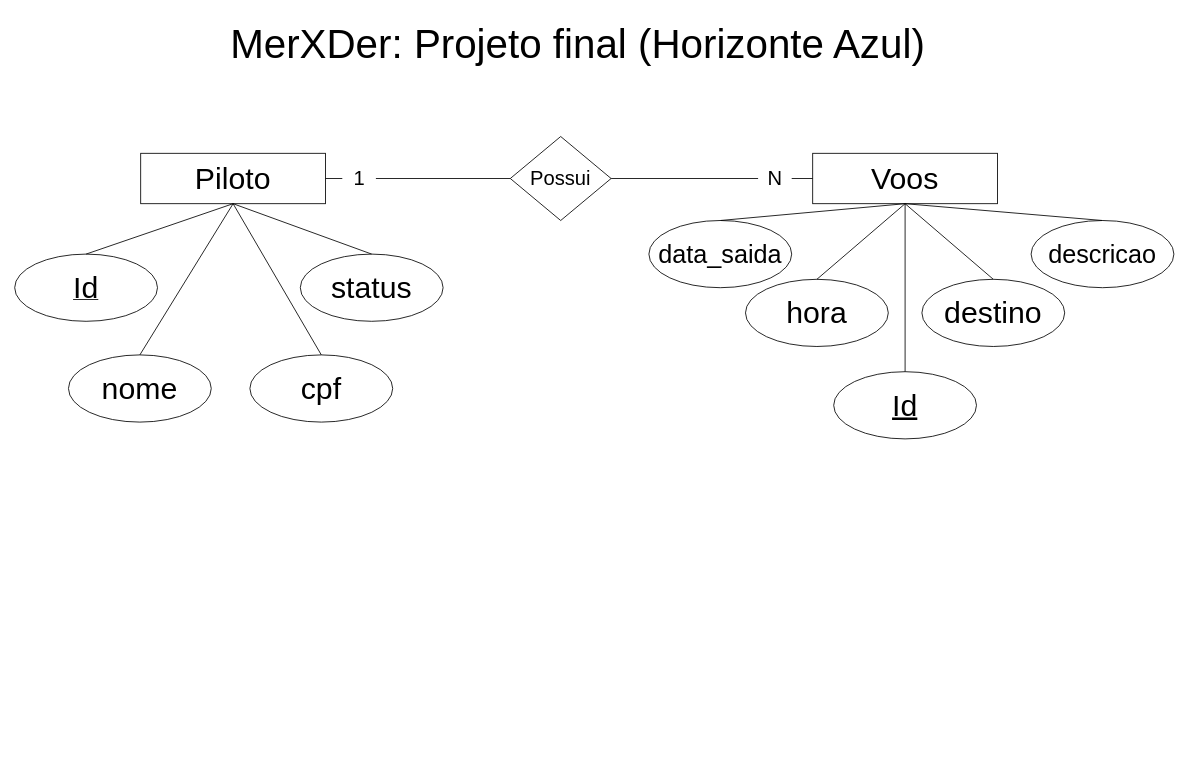
The draw.io diagram docs/merxder.drawio in TrenksSS/TCC-SENAI, before the edit. Source tidied: cells renumbered, new cells numbered last; positions are measured from the earlier drawing's top-left corner, leaving out a move shared by most shapes. Both pictures are drawn from the tidied source at 84%, with x=0, y=0 at pixel (14, 14).
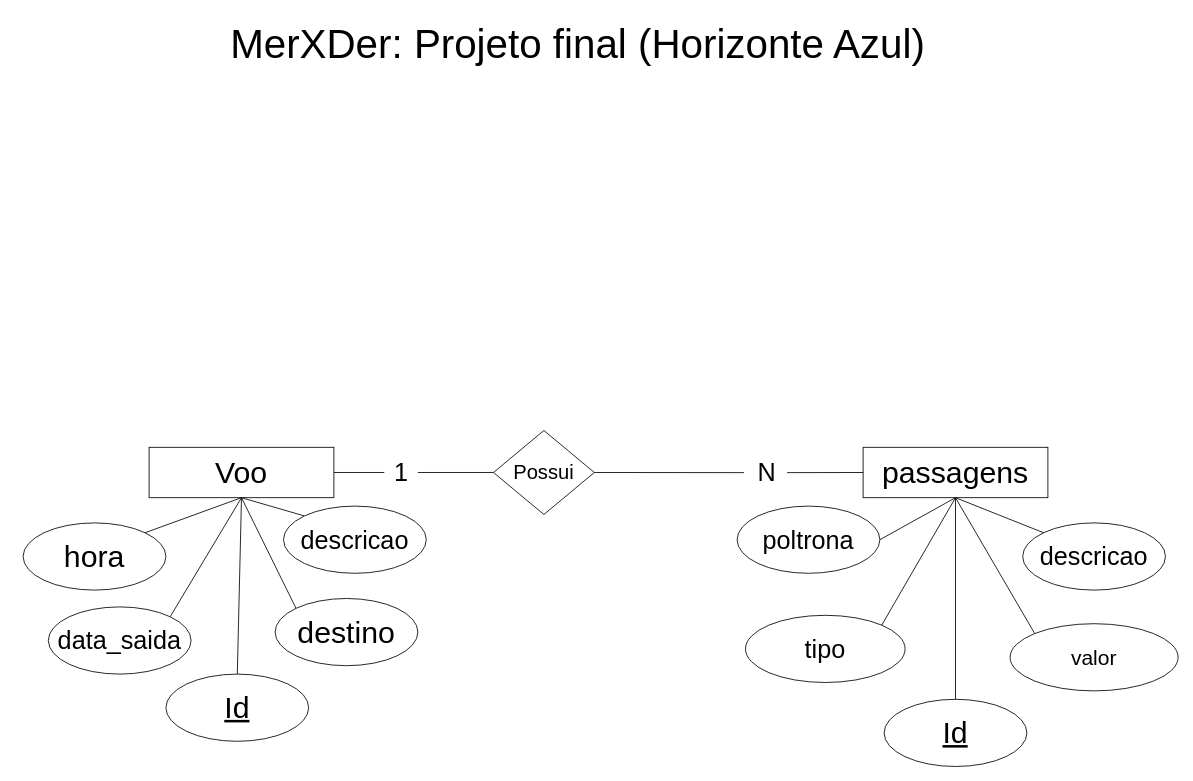
After the change.

What changed in the source:
```diff
@@
-    <mxCell id="3" value="&lt;font style=&quot;font-size: 36px;&quot;&gt;Piloto&lt;/font&gt;" style="rounded=0;whiteSpace=wrap;html=1;" parent="1" vertex="1">
-      <mxGeometry x="150" y="165" width="220" height="60" as="geometry" />
-    </mxCell>
-    <mxCell id="4" style="endArrow=none;html=1;rounded=0;entryX=1;entryY=0.5;entryDx=0;entryDy=0;exitX=0;exitY=0.5;exitDx=0;exitDy=0;" parent="1" edge="1" source="11" target="3">
-      <mxGeometry relative="1" as="geometry" />
-    </mxCell>
-    <mxCell id="5" value="&lt;font style=&quot;font-size: 24px;&quot;&gt;Possui&lt;/font&gt;" style="rhombus;whiteSpace=wrap;html=1;" parent="1" vertex="1">
-      <mxGeometry x="590" y="145" width="120" height="100" as="geometry" />
-    </mxCell>
-    <mxCell id="6" value="&lt;font style=&quot;font-size: 36px;&quot;&gt;Voos&lt;/font&gt;" style="rounded=0;whiteSpace=wrap;html=1;" parent="1" vertex="1">
-      <mxGeometry x="950" y="165" width="220" height="60" as="geometry" />
+    <mxCell id="6" value="&lt;font style=&quot;font-size: 36px;&quot;&gt;passagens&lt;/font&gt;" style="rounded=0;whiteSpace=wrap;html=1;" parent="1" vertex="1">
+      <mxGeometry x="1010" y="515" width="220" height="60" as="geometry" />
     </mxCell>
-    <mxCell id="7" style="endArrow=none;html=1;rounded=0;entryX=1;entryY=0.5;entryDx=0;entryDy=0;exitX=0;exitY=0.5;exitDx=0;exitDy=0;" parent="1" edge="1" source="9" target="5">
-      <mxGeometry relative="1" as="geometry" />
-    </mxCell>
-    <mxCell id="8" style="endArrow=none;html=1;rounded=0;entryX=1;entryY=0.5;entryDx=0;entryDy=0;exitX=0;exitY=0.5;exitDx=0;exitDy=0;" parent="1" edge="1" source="6" target="9">
-      <mxGeometry relative="1" as="geometry" />
-    </mxCell>
-    <mxCell id="9" value="&lt;font style=&quot;font-size: 24px;&quot;&gt;N&lt;/font&gt;" style="text;html=1;align=center;verticalAlign=middle;points=[];strokeColor=none;fillColor=none;" parent="1" vertex="1">
-      <mxGeometry x="885" y="175" width="40" height="40" as="geometry" />
-    </mxCell>
-    <mxCell id="10" style="endArrow=none;html=1;rounded=0;entryX=1;entryY=0.5;entryDx=0;entryDy=0;exitX=0;exitY=0.5;exitDx=0;exitDy=0;" parent="1" edge="1" source="5" target="11">
-      <mxGeometry relative="1" as="geometry" />
-    </mxCell>
-    <mxCell id="11" value="&lt;font style=&quot;font-size: 24px;&quot;&gt;1&lt;/font&gt;" style="text;html=1;align=center;verticalAlign=middle;points=[];strokeColor=none;fillColor=none;" parent="1" vertex="1">
-      <mxGeometry x="390" y="175" width="40" height="40" as="geometry" />
-    </mxCell>
-    <mxCell id="12" value="&lt;font style=&quot;font-size: 36px;&quot;&gt;nome&lt;/font&gt;" style="ellipse;whiteSpace=wrap;html=1;" parent="1" vertex="1">
-      <mxGeometry x="64" y="405" width="170" height="80" as="geometry" />
-    </mxCell>
-    <mxCell id="13" value="&lt;u&gt;&lt;font style=&quot;font-size: 36px;&quot;&gt;Id&lt;/font&gt;&lt;/u&gt;" style="ellipse;whiteSpace=wrap;html=1;" parent="1" vertex="1">
-      <mxGeometry y="285" width="170" height="80" as="geometry" />
-    </mxCell>
-    <mxCell id="14" value="&lt;font style=&quot;font-size: 36px;&quot;&gt;cpf&lt;/font&gt;" style="ellipse;whiteSpace=wrap;html=1;" parent="1" vertex="1">
-      <mxGeometry x="280" y="405" width="170" height="80" as="geometry" />
-    </mxCell>
-    <mxCell id="15" value="&lt;font style=&quot;font-size: 36px;&quot;&gt;status&lt;/font&gt;" style="ellipse;whiteSpace=wrap;html=1;" parent="1" vertex="1">
-      <mxGeometry x="340" y="285" width="170" height="80" as="geometry" />
-    </mxCell>
-    <mxCell id="16" style="endArrow=none;html=1;rounded=0;exitX=0.5;exitY=1;exitDx=0;exitDy=0;entryX=0.5;entryY=0;entryDx=0;entryDy=0;" parent="1" edge="1" source="3" target="15">
-      <mxGeometry relative="1" as="geometry" />
-    </mxCell>
-    <mxCell id="17" style="endArrow=none;html=1;rounded=0;exitX=0.5;exitY=1;exitDx=0;exitDy=0;entryX=0.5;entryY=0;entryDx=0;entryDy=0;" parent="1" edge="1" source="3" target="14">
-      <mxGeometry relative="1" as="geometry" />
-    </mxCell>
-    <mxCell id="18" style="endArrow=none;html=1;rounded=0;exitX=0.5;exitY=1;exitDx=0;exitDy=0;entryX=0.5;entryY=0;entryDx=0;entryDy=0;" parent="1" edge="1" source="3" target="12">
-      <mxGeometry relative="1" as="geometry" />
-    </mxCell>
-    <mxCell id="19" style="endArrow=none;html=1;rounded=0;exitX=0.5;exitY=1;exitDx=0;exitDy=0;entryX=0.5;entryY=0;entryDx=0;entryDy=0;" parent="1" edge="1" source="3" target="13">
-      <mxGeometry relative="1" as="geometry" />
-    </mxCell>
-    <mxCell id="20" value="&lt;font style=&quot;font-size: 30px;&quot;&gt;data_saida&lt;/font&gt;" style="ellipse;whiteSpace=wrap;html=1;" parent="1" vertex="1">
-      <mxGeometry x="755" y="245" width="170" height="80" as="geometry" />
+    <mxCell id="20" value="&lt;span style=&quot;font-size: 30px;&quot;&gt;poltrona&lt;/span&gt;" style="ellipse;whiteSpace=wrap;html=1;" parent="1" vertex="1">
+      <mxGeometry x="860" y="585" width="170" height="80" as="geometry" />
     </mxCell>
     <mxCell id="21" value="&lt;font style=&quot;font-size: 36px;&quot;&gt;&lt;u&gt;Id&lt;/u&gt;&lt;/font&gt;" style="ellipse;whiteSpace=wrap;html=1;" parent="1" vertex="1">
-      <mxGeometry x="975" y="425" width="170" height="80" as="geometry" />
+      <mxGeometry x="1035" y="815" width="170" height="80" as="geometry" />
     </mxCell>
-    <mxCell id="22" value="&lt;font style=&quot;font-size: 36px;&quot;&gt;destino&lt;/font&gt;" style="ellipse;whiteSpace=wrap;html=1;" parent="1" vertex="1">
-      <mxGeometry x="1080" y="315" width="170" height="80" as="geometry" />
+    <mxCell id="22" value="&lt;font style=&quot;font-size: 25px;&quot;&gt;valor&lt;/font&gt;" style="ellipse;whiteSpace=wrap;html=1;" parent="1" vertex="1">
+      <mxGeometry x="1185" y="725" width="200" height="80" as="geometry" />
     </mxCell>
     <mxCell id="23" value="&lt;font style=&quot;font-size: 30px;&quot;&gt;descricao&lt;/font&gt;" style="ellipse;whiteSpace=wrap;html=1;" parent="1" vertex="1">
-      <mxGeometry x="1210" y="245" width="170" height="80" as="geometry" />
+      <mxGeometry x="1200" y="605" width="170" height="80" as="geometry" />
     </mxCell>
-    <mxCell id="24" value="&lt;font style=&quot;font-size: 36px;&quot;&gt;hora&lt;/font&gt;" style="ellipse;whiteSpace=wrap;html=1;" parent="1" vertex="1">
-      <mxGeometry x="870" y="315" width="170" height="80" as="geometry" />
+    <mxCell id="24" value="&lt;font style=&quot;font-size: 30px;&quot;&gt;tipo&lt;/font&gt;" style="ellipse;whiteSpace=wrap;html=1;" parent="1" vertex="1">
+      <mxGeometry x="870" y="715" width="190" height="80" as="geometry" />
     </mxCell>
-    <mxCell id="25" style="endArrow=none;html=1;rounded=0;exitX=0.5;exitY=1;exitDx=0;exitDy=0;entryX=0.5;entryY=0;entryDx=0;entryDy=0;" parent="1" edge="1" source="6" target="22">
+    <mxCell id="25" style="endArrow=none;html=1;rounded=0;exitX=0.5;exitY=1;exitDx=0;exitDy=0;entryX=0;entryY=0;entryDx=0;entryDy=0;" parent="1" edge="1" source="6" target="22">
       <mxGeometry relative="1" as="geometry" />
     </mxCell>
-    <mxCell id="26" style="endArrow=none;html=1;rounded=0;exitX=0.5;exitY=1;exitDx=0;exitDy=0;entryX=0.5;entryY=0;entryDx=0;entryDy=0;" parent="1" edge="1" source="6" target="20">
+    <mxCell id="26" style="endArrow=none;html=1;rounded=0;exitX=0.5;exitY=1;exitDx=0;exitDy=0;entryX=1;entryY=0.5;entryDx=0;entryDy=0;" parent="1" edge="1" source="6" target="20">
       <mxGeometry relative="1" as="geometry" />
     </mxCell>
-    <mxCell id="27" style="endArrow=none;html=1;rounded=0;exitX=0.5;exitY=1;exitDx=0;exitDy=0;entryX=0.5;entryY=0;entryDx=0;entryDy=0;" parent="1" edge="1" source="6" target="24">
+    <mxCell id="27" style="endArrow=none;html=1;rounded=0;exitX=0.5;exitY=1;exitDx=0;exitDy=0;entryX=1;entryY=0;entryDx=0;entryDy=0;" parent="1" edge="1" source="6" target="24">
       <mxGeometry relative="1" as="geometry" />
     </mxCell>
-    <mxCell id="28" style="endArrow=none;html=1;rounded=0;exitX=0.5;exitY=1;exitDx=0;exitDy=0;entryX=0.5;entryY=0;entryDx=0;entryDy=0;" parent="1" edge="1" source="6" target="23">
+    <mxCell id="28" style="endArrow=none;html=1;rounded=0;exitX=0.5;exitY=1;exitDx=0;exitDy=0;entryX=0;entryY=0;entryDx=0;entryDy=0;" parent="1" edge="1" source="6" target="23">
       <mxGeometry relative="1" as="geometry" />
     </mxCell>
@@
+    <mxCell id="30" style="endArrow=none;html=1;rounded=0;entryX=1;entryY=0.5;entryDx=0;entryDy=0;exitX=0;exitY=0.5;exitDx=0;exitDy=0;" parent="1" edge="1" source="11" target="31">
+      <mxGeometry relative="1" as="geometry" />
+    </mxCell>
+    <mxCell id="5" value="&lt;font style=&quot;font-size: 24px;&quot;&gt;Possui&lt;/font&gt;" style="rhombus;whiteSpace=wrap;html=1;" parent="1" vertex="1">
+      <mxGeometry x="570" y="495" width="120" height="100" as="geometry" />
+    </mxCell>
+    <mxCell id="31" value="&lt;font style=&quot;font-size: 36px;&quot;&gt;Voo&lt;/font&gt;" style="rounded=0;whiteSpace=wrap;html=1;" parent="1" vertex="1">
+      <mxGeometry x="160" y="515" width="220" height="60" as="geometry" />
+    </mxCell>
+    <mxCell id="32" style="endArrow=none;html=1;rounded=0;exitX=0.5;exitY=1;exitDx=0;exitDy=0;entryX=0;entryY=0;entryDx=0;entryDy=0;" parent="1" edge="1" source="31" target="37">
+      <mxGeometry relative="1" as="geometry" />
+    </mxCell>
+    <mxCell id="33" style="endArrow=none;html=1;rounded=0;entryX=0.5;entryY=1;entryDx=0;entryDy=0;exitX=1;exitY=0;exitDx=0;exitDy=0;" parent="1" edge="1" source="40" target="31">
+      <mxGeometry relative="1" as="geometry" />
+    </mxCell>
+    <mxCell id="34" style="endArrow=none;html=1;rounded=0;entryX=0.5;entryY=1;entryDx=0;entryDy=0;exitX=1;exitY=0;exitDx=0;exitDy=0;" parent="1" edge="1" source="39" target="31">
+      <mxGeometry relative="1" as="geometry" />
+    </mxCell>
+    <mxCell id="35" style="endArrow=none;html=1;rounded=0;entryX=0.5;entryY=1;entryDx=0;entryDy=0;exitX=0;exitY=0;exitDx=0;exitDy=0;" parent="1" edge="1" source="38" target="31">
+      <mxGeometry relative="1" as="geometry" />
+    </mxCell>
+    <mxCell id="36" style="endArrow=none;html=1;rounded=0;entryX=0.5;entryY=1;entryDx=0;entryDy=0;exitX=0.5;exitY=0;exitDx=0;exitDy=0;" parent="1" edge="1" source="13" target="31">
+      <mxGeometry relative="1" as="geometry" />
+    </mxCell>
+    <mxCell id="13" value="&lt;font style=&quot;font-size: 36px;&quot;&gt;&lt;u&gt;Id&lt;/u&gt;&lt;/font&gt;" style="ellipse;whiteSpace=wrap;html=1;" parent="1" vertex="1">
+      <mxGeometry x="180" y="785" width="170" height="80" as="geometry" />
+    </mxCell>
+    <mxCell id="37" value="&lt;font style=&quot;font-size: 36px;&quot;&gt;destino&lt;/font&gt;" style="ellipse;whiteSpace=wrap;html=1;" parent="1" vertex="1">
+      <mxGeometry x="310" y="695" width="170" height="80" as="geometry" />
+    </mxCell>
+    <mxCell id="38" value="&lt;font style=&quot;font-size: 30px;&quot;&gt;descricao&lt;/font&gt;" style="ellipse;whiteSpace=wrap;html=1;" parent="1" vertex="1">
+      <mxGeometry x="320" y="585" width="170" height="80" as="geometry" />
+    </mxCell>
+    <mxCell id="39" value="&lt;font style=&quot;font-size: 36px;&quot;&gt;hora&lt;/font&gt;" style="ellipse;whiteSpace=wrap;html=1;" parent="1" vertex="1">
+      <mxGeometry x="10" y="605" width="170" height="80" as="geometry" />
+    </mxCell>
+    <mxCell id="40" value="&lt;font style=&quot;font-size: 30px;&quot;&gt;data_saida&lt;/font&gt;" style="ellipse;whiteSpace=wrap;html=1;" parent="1" vertex="1">
+      <mxGeometry x="40" y="705" width="170" height="80" as="geometry" />
+    </mxCell>
+    <mxCell id="10" style="endArrow=none;html=1;rounded=0;entryX=1;entryY=0.5;entryDx=0;entryDy=0;exitX=0;exitY=0.5;exitDx=0;exitDy=0;" parent="1" edge="1" source="5" target="11">
+      <mxGeometry relative="1" as="geometry" />
+    </mxCell>
+    <mxCell id="11" value="&lt;font style=&quot;font-size: 30px;&quot;&gt;1&lt;/font&gt;" style="text;html=1;align=center;verticalAlign=middle;points=[];strokeColor=none;fillColor=none;" parent="1" vertex="1">
+      <mxGeometry x="440" y="520" width="40" height="50" as="geometry" />
+    </mxCell>
+    <mxCell id="9" value="&lt;font style=&quot;font-size: 30px;&quot;&gt;N&lt;/font&gt;" style="text;html=1;align=center;verticalAlign=middle;points=[];strokeColor=none;fillColor=none;" parent="1" vertex="1">
+      <mxGeometry x="870" y="520" width="50" height="50" as="geometry" />
+    </mxCell>
+    <mxCell id="7" style="endArrow=none;html=1;rounded=0;entryX=1;entryY=0.5;entryDx=0;entryDy=0;exitX=-0.037;exitY=0.503;exitDx=0;exitDy=0;exitPerimeter=0;" parent="1" edge="1" source="9" target="5">
+      <mxGeometry relative="1" as="geometry" />
+    </mxCell>
+    <mxCell id="8" style="endArrow=none;html=1;rounded=0;exitX=0;exitY=0.5;exitDx=0;exitDy=0;entryX=0.991;entryY=0.503;entryDx=0;entryDy=0;entryPerimeter=0;" parent="1" edge="1" source="6" target="9">
+      <mxGeometry relative="1" as="geometry" />
+    </mxCell>
```
